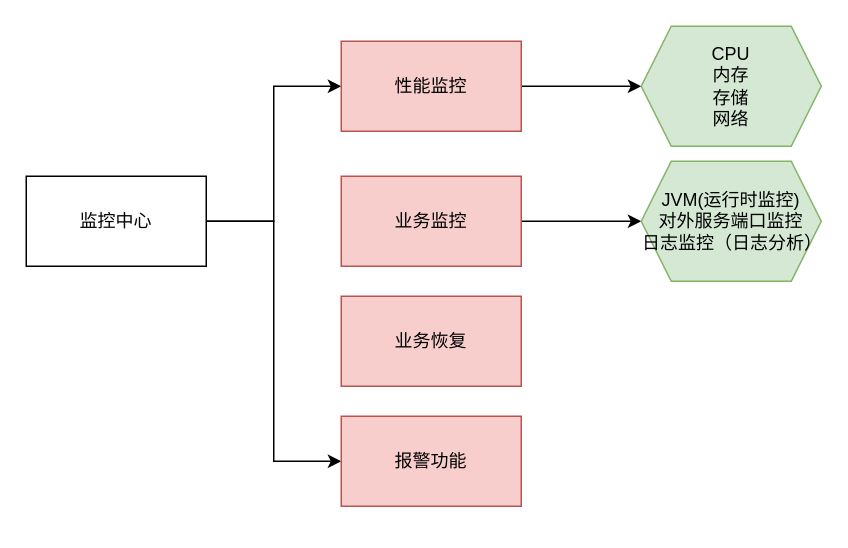
This is page "第 3 页" (3 of 3) of picture/xintong.drawio from cruecrue/javastudy, a draw.io file, before an edit. Source tidied: cells renumbered, new cells numbered last; positions are measured from the earlier drawing's top-left corner, leaving out a move shared by most shapes. Both pictures are drawn from the tidied source at 150%, with x=0, y=0 at pixel (26, 26).
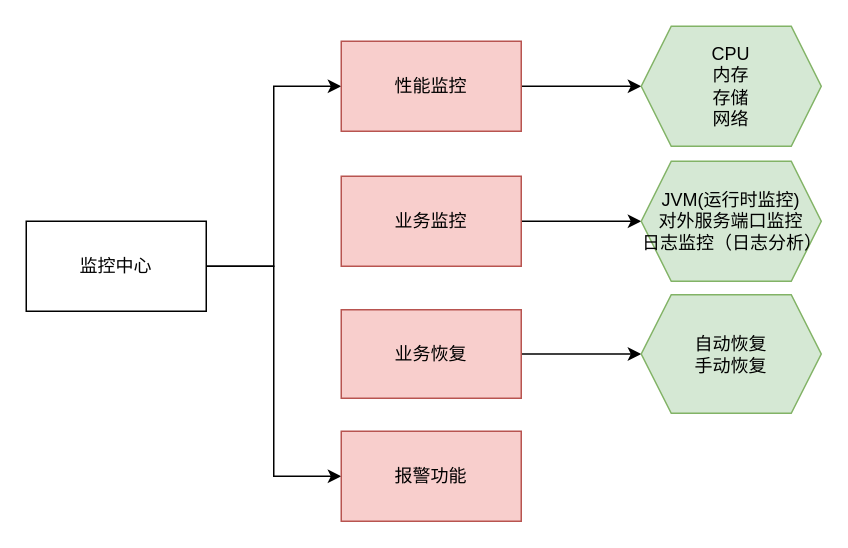
Above is the later version.

Change to the diagram source:
```diff
@@
 <mxGraphModel>
   <root>
     <mxCell id="0" />
     <mxCell id="1" parent="0" />
     <mxCell id="2" style="edgeStyle=orthogonalEdgeStyle;rounded=0;jettySize=auto;html=1;entryX=0;entryY=0.5;entryDx=0;entryDy=0;" parent="1" edge="1" source="4" target="6">
       <mxGeometry relative="1" as="geometry" />
     </mxCell>
     <mxCell id="3" style="edgeStyle=orthogonalEdgeStyle;rounded=0;jettySize=auto;html=1;entryX=0;entryY=0.5;entryDx=0;entryDy=0;" parent="1" edge="1" source="4" target="11">
       <mxGeometry relative="1" as="geometry" />
     </mxCell>
     <mxCell id="4" value="监控中心" style="rounded=0;whiteSpace=wrap;html=1;" parent="1" vertex="1">
-      <mxGeometry y="100" width="120" height="60" as="geometry" />
+      <mxGeometry y="130" width="120" height="60" as="geometry" />
     </mxCell>
     <mxCell id="5" style="edgeStyle=orthogonalEdgeStyle;rounded=0;jettySize=auto;html=1;" parent="1" edge="1" source="6" target="9">
       <mxGeometry relative="1" as="geometry" />
     </mxCell>
     <mxCell id="6" value="性能监控" style="whiteSpace=wrap;html=1;rounded=0;fillColor=#f8cecc;strokeColor=#b85450;" parent="1" vertex="1">
       <mxGeometry x="210" y="10" width="120" height="60" as="geometry" />
     </mxCell>
     <mxCell id="7" style="edgeStyle=orthogonalEdgeStyle;rounded=0;jettySize=auto;html=1;" parent="1" edge="1" source="8" target="10">
       <mxGeometry relative="1" as="geometry" />
     </mxCell>
     <mxCell id="8" value="业务监控" style="whiteSpace=wrap;html=1;rounded=0;fillColor=#f8cecc;strokeColor=#b85450;" parent="1" vertex="1">
       <mxGeometry x="210" y="100" width="120" height="60" as="geometry" />
     </mxCell>
     <mxCell id="9" value="CPU&lt;br&gt;内存&lt;br&gt;存储&lt;br&gt;网络" style="shape=hexagon;perimeter=hexagonPerimeter2;whiteSpace=wrap;html=1;fixedSize=1;rounded=0;fillColor=#d5e8d4;strokeColor=#82b366;" parent="1" vertex="1">
       <mxGeometry x="410" width="120" height="80" as="geometry" />
     </mxCell>
     <mxCell id="10" value="JVM(运行时监控)&lt;br&gt;对外服务端口监控&lt;br&gt;日志监控（日志分析）" style="shape=hexagon;perimeter=hexagonPerimeter2;whiteSpace=wrap;html=1;fixedSize=1;rounded=0;fillColor=#d5e8d4;strokeColor=#82b366;" parent="1" vertex="1">
       <mxGeometry x="410" y="90" width="120" height="80" as="geometry" />
     </mxCell>
     <mxCell id="11" value="报警功能" style="whiteSpace=wrap;html=1;rounded=0;fillColor=#f8cecc;strokeColor=#b85450;" parent="1" vertex="1">
-      <mxGeometry x="210" y="260" width="120" height="60" as="geometry" />
+      <mxGeometry x="210" y="270" width="120" height="60" as="geometry" />
     </mxCell>
+    <mxCell id="13" style="edgeStyle=orthogonalEdgeStyle;rounded=0;jettySize=auto;html=1;entryX=0;entryY=0.5;entryDx=0;entryDy=0;" parent="1" edge="1" source="12" target="14">
+      <mxGeometry relative="1" as="geometry" />
+    </mxCell>
     <mxCell id="12" value="业务恢复" style="whiteSpace=wrap;html=1;rounded=0;fillColor=#f8cecc;strokeColor=#b85450;" parent="1" vertex="1">
-      <mxGeometry x="210" y="180" width="120" height="60" as="geometry" />
+      <mxGeometry x="210" y="189" width="120" height="59" as="geometry" />
     </mxCell>
+    <mxCell id="14" value="自动恢复&lt;br&gt;手动恢复" style="shape=hexagon;perimeter=hexagonPerimeter2;whiteSpace=wrap;html=1;fixedSize=1;rounded=0;fillColor=#d5e8d4;strokeColor=#82b366;" parent="1" vertex="1">
+      <mxGeometry x="410" y="179" width="120" height="79" as="geometry" />
+    </mxCell>
   </root>
 </mxGraphModel>
```
